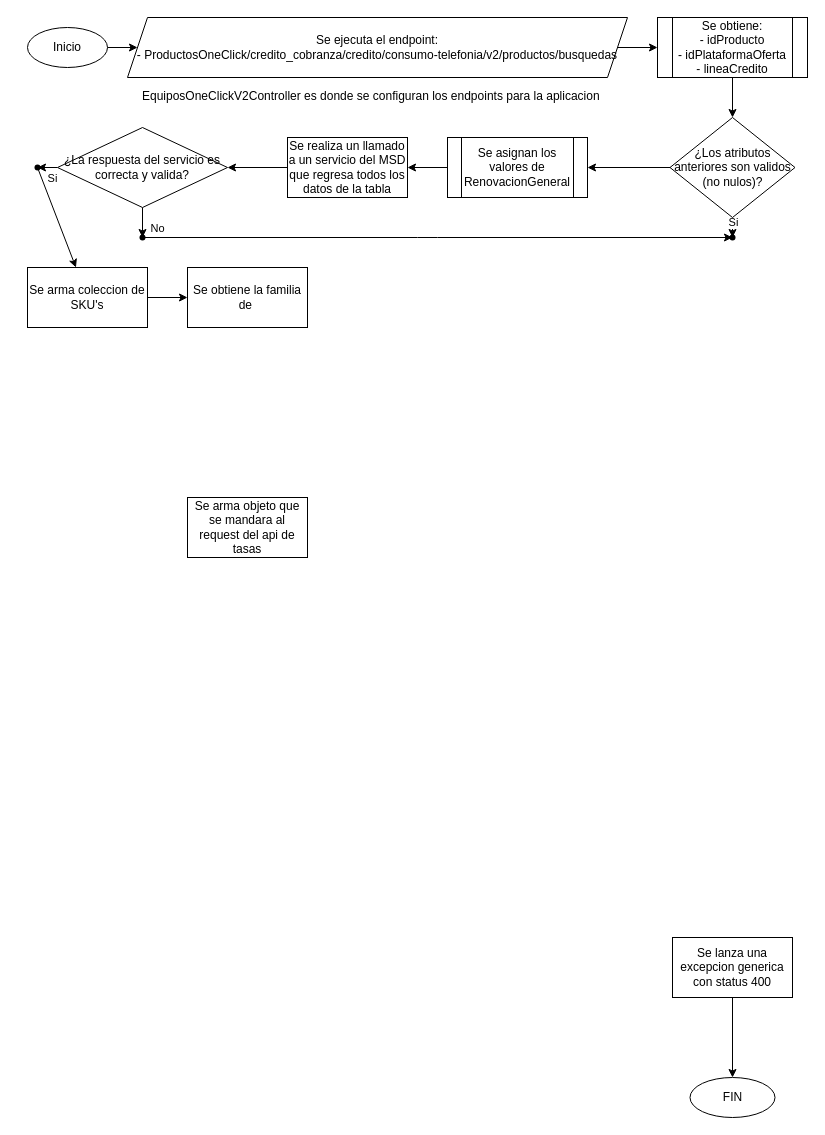
Above: Untitled Diagram.drawio in Retsamyo/hello-world (draw.io), before the change. Source tidied: cells renumbered, new cells numbered last; positions are measured from the earlier drawing's top-left corner, leaving out a move shared by most shapes. Both pictures are drawn from the tidied source at 100%, with x=0, y=0 at pixel (17, 17).
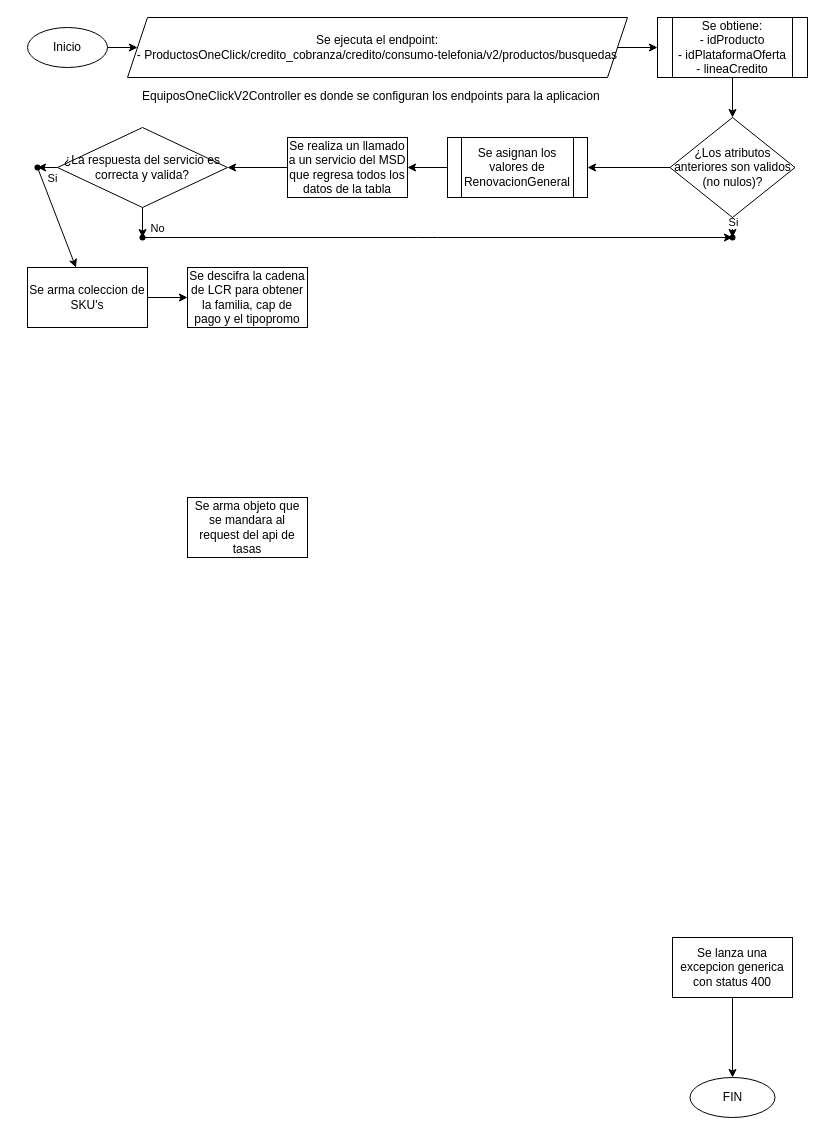
After the change.

The edit, as a diff of the source:
```diff
@@
-    <mxCell id="33" value="Se obtiene la familia de&amp;nbsp;" style="whiteSpace=wrap;html=1;rounded=0;" parent="1" vertex="1">
+    <mxCell id="33" value="Se descifra la cadena de LCR para obtener la familia, cap de pago y el tipopromo" style="whiteSpace=wrap;html=1;rounded=0;" parent="1" vertex="1">
       <mxGeometry x="170" y="250" width="120" height="60" as="geometry" />
     </mxCell>
```
